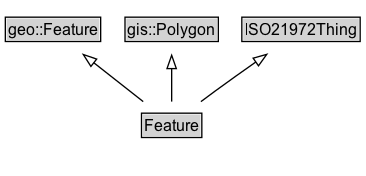
Before: docs/diagrams/i72__Feature.dot.png, a diagram exported from Graphviz (ISO-TC204/ontology-i72-v1). Its source is kept beside it as docs/diagrams/i72__Feature.dot. The source it was exported from:
```dot
digraph {
	graph [overlap=false rankdir=TB splines=true]
	node [fontname=Arial fontsize=12 margin=0 shape=none]
	edge [fontname=Arial fontsize=11]
	{
		rank=max
		Feature [label=<<TABLE BORDER="1" CELLBORDER="0" CELLSPACING="0" CELLPADDING="1"><TR><TD BGCOLOR="lightgray" ALIGN="CENTER" PORT="e">Feature</TD></TR></TABLE>> URL="../classes/i72__Feature.md" margin=0]
	}
	geo__Feature [label=<<TABLE BORDER="1" CELLBORDER="0" CELLSPACING="0" CELLPADDING="1"><TR><TD BGCOLOR="lightgray" ALIGN="CENTER">geo::Feature</TD></TR></TABLE>> margin=0]
	gis__Polygon [label=<<TABLE BORDER="1" CELLBORDER="0" CELLSPACING="0" CELLPADDING="1"><TR><TD BGCOLOR="lightgray" ALIGN="CENTER">gis::Polygon</TD></TR></TABLE>> margin=0]
	ISO21972Thing [label=<<TABLE BORDER="1" CELLBORDER="0" CELLSPACING="0" CELLPADDING="1"><TR><TD BGCOLOR="lightgray" ALIGN="CENTER">ISO21972Thing</TD></TR></TABLE>> URL="../_counters/i72__ISO21972Thing.md" margin=0]
	subgraph cluster_associated {
		label="" style=invis
		Invis [label=<<TABLE BORDER="0" CELLBORDER="0" CELLSPACING="0" CELLPADDING="1"><TR><TD></TD></TR></TABLE>> margin=0 style=invis]
	}
	Feature -> geo__Feature [arrowhead=onormal style=solid]
	Feature -> gis__Polygon [arrowhead=onormal style=solid]
	Feature -> ISO21972Thing [arrowhead=onormal style=solid]
}
```
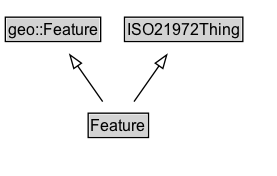
After the commit.

Diff of the diagram source:
```diff
@@ -7,13 +7,11 @@
 		Feature [label=<<TABLE BORDER="1" CELLBORDER="0" CELLSPACING="0" CELLPADDING="1"><TR><TD BGCOLOR="lightgray" ALIGN="CENTER" PORT="e">Feature</TD></TR></TABLE>> URL="../classes/i72__Feature.md" margin=0]
 	}
 	geo__Feature [label=<<TABLE BORDER="1" CELLBORDER="0" CELLSPACING="0" CELLPADDING="1"><TR><TD BGCOLOR="lightgray" ALIGN="CENTER">geo::Feature</TD></TR></TABLE>> margin=0]
-	gis__Polygon [label=<<TABLE BORDER="1" CELLBORDER="0" CELLSPACING="0" CELLPADDING="1"><TR><TD BGCOLOR="lightgray" ALIGN="CENTER">gis::Polygon</TD></TR></TABLE>> margin=0]
 	ISO21972Thing [label=<<TABLE BORDER="1" CELLBORDER="0" CELLSPACING="0" CELLPADDING="1"><TR><TD BGCOLOR="lightgray" ALIGN="CENTER">ISO21972Thing</TD></TR></TABLE>> URL="../_counters/i72__ISO21972Thing.md" margin=0]
 	subgraph cluster_associated {
 		label="" style=invis
 		Invis [label=<<TABLE BORDER="0" CELLBORDER="0" CELLSPACING="0" CELLPADDING="1"><TR><TD></TD></TR></TABLE>> margin=0 style=invis]
 	}
 	Feature -> geo__Feature [arrowhead=onormal style=solid]
-	Feature -> gis__Polygon [arrowhead=onormal style=solid]
 	Feature -> ISO21972Thing [arrowhead=onormal style=solid]
 }
```
